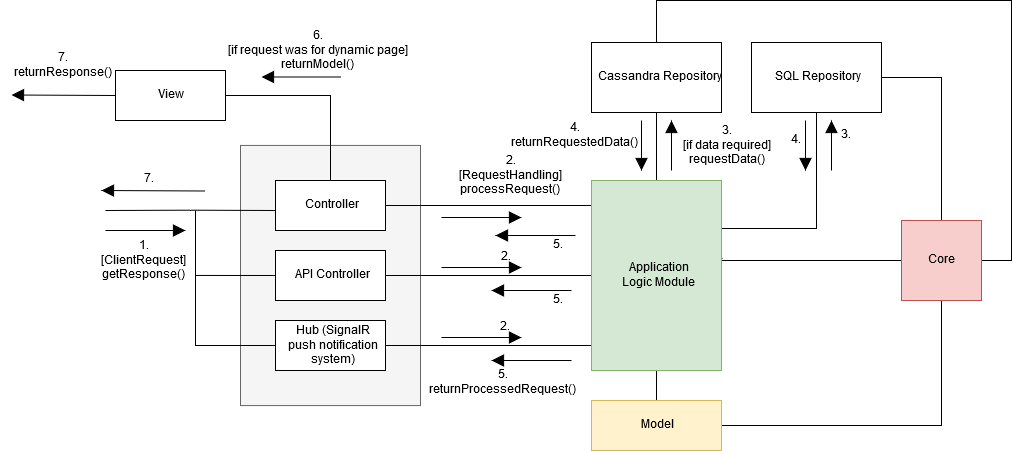
This is docs/Diagrams/Server communication diagram.png from myNameIsAndrew00/Persistent-Scatterers-Tool, a draw.io export, as it was before one commit. Source tidied: cells renumbered, new cells last; positions are measured from the earlier drawing's top-left corner, leaving out a move shared by most shapes.
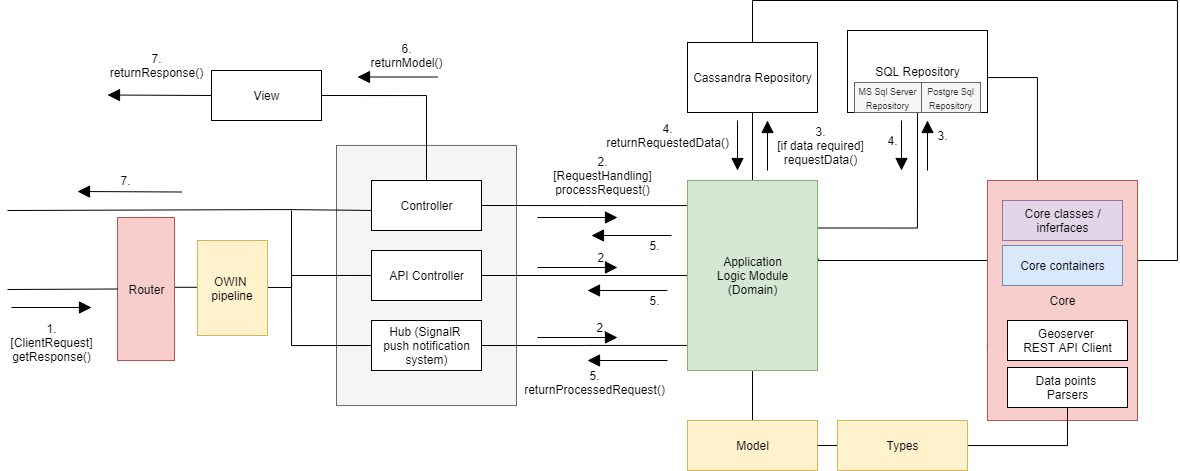
After the change.

The edit, as a diff of the source:
```diff
@@ -11,9 +11,10 @@
     <mxCell id="4" style="edgeStyle=orthogonalEdgeStyle;rounded=0;orthogonalLoop=1;jettySize=auto;html=1;exitX=0;exitY=0.5;exitDx=0;exitDy=0;endArrow=none;endFill=0;" parent="1" edge="1">
       <mxGeometry relative="1" as="geometry">
         <mxPoint x="270.1" y="210" as="sourcePoint" />
-        <mxPoint x="100" y="209.7" as="targetPoint" />
+        <mxPoint x="-94" y="210" as="targetPoint" />
         <Array as="points">
           <mxPoint x="185" y="209" />
+          <mxPoint x="185" y="210" />
         </Array>
       </mxGeometry>
     </mxCell>
@@ -60,15 +61,16 @@
     <mxCell id="15" style="edgeStyle=orthogonalEdgeStyle;rounded=0;jettySize=auto;html=1;exitX=1;exitY=0.25;exitDx=0;exitDy=0;entryX=0.5;entryY=1;entryDx=0;entryDy=0;endArrow=none;endFill=0;" parent="1" edge="1" source="16" target="20">
       <mxGeometry relative="1" as="geometry" />
     </mxCell>
-    <mxCell id="16" value="&lt;div&gt;Application&lt;/div&gt;&lt;div&gt;Logic Module&lt;br&gt;&lt;/div&gt;" style="html=1;fillColor=#d5e8d4;strokeColor=#82b366;" parent="1" vertex="1">
+    <mxCell id="16" value="&lt;div&gt;Application&lt;/div&gt;&lt;div&gt;Logic Module&lt;br&gt;&lt;/div&gt;&lt;div&gt;(Domain)&lt;/div&gt;" style="html=1;fillColor=#d5e8d4;strokeColor=#82b366;" parent="1" vertex="1">
       <mxGeometry x="586" y="180" width="130" height="190" as="geometry" />
     </mxCell>
-    <mxCell id="17" style="edgeStyle=orthogonalEdgeStyle;rounded=0;jettySize=auto;html=1;exitX=0.5;exitY=0;exitDx=0;exitDy=0;entryX=1;entryY=0.5;entryDx=0;entryDy=0;endArrow=none;endFill=0;" parent="1" edge="1" source="18" target="23">
+    <mxCell id="17" style="edgeStyle=orthogonalEdgeStyle;rounded=0;jettySize=auto;html=1;exitX=0.5;exitY=0;exitDx=0;exitDy=0;endArrow=none;endFill=0;" parent="1" edge="1" source="18">
       <mxGeometry relative="1" as="geometry">
+        <mxPoint x="1027" y="260" as="targetPoint" />
         <Array as="points">
           <mxPoint x="651" />
-          <mxPoint x="1006" />
-          <mxPoint x="1006" y="260" />
+          <mxPoint x="1076" />
+          <mxPoint x="1076" y="260" />
         </Array>
       </mxGeometry>
     </mxCell>
@@ -83,16 +85,13 @@
       </mxGeometry>
     </mxCell>
     <mxCell id="20" value="SQL Repository" style="html=1;" parent="1" vertex="1">
-      <mxGeometry x="746" y="42" width="130" height="70" as="geometry" />
+      <mxGeometry x="746" y="30" width="140" height="82" as="geometry" />
     </mxCell>
-    <mxCell id="21" style="edgeStyle=orthogonalEdgeStyle;rounded=0;jettySize=auto;html=1;exitX=1;exitY=0.5;exitDx=0;exitDy=0;entryX=0.5;entryY=1;entryDx=0;entryDy=0;endArrow=none;endFill=0;" parent="1" edge="1" source="22" target="23">
-      <mxGeometry relative="1" as="geometry" />
-    </mxCell>
     <mxCell id="22" value="Model" style="html=1;fillColor=#fff2cc;strokeColor=#d6b656;" parent="1" vertex="1">
-      <mxGeometry x="586" y="400" width="130" height="50" as="geometry" />
+      <mxGeometry x="586" y="420" width="130" height="50" as="geometry" />
     </mxCell>
     <mxCell id="23" value="Core" style="html=1;fillColor=#f8cecc;strokeColor=#b85450;" parent="1" vertex="1">
-      <mxGeometry x="896" y="220" width="80" height="80" as="geometry" />
+      <mxGeometry x="886" y="180" width="150" height="240" as="geometry" />
     </mxCell>
     <mxCell id="24" style="edgeStyle=orthogonalEdgeStyle;rounded=0;jettySize=auto;html=1;exitX=1;exitY=0.5;exitDx=0;exitDy=0;entryX=0.5;entryY=0;entryDx=0;entryDy=0;endArrow=none;endFill=0;" parent="1" edge="1" source="25" target="5">
       <mxGeometry relative="1" as="geometry" />
@@ -102,12 +101,12 @@
     </mxCell>
     <mxCell id="26" style="endArrow=block;endFill=1;endSize=10;html=1;" parent="1" edge="1">
       <mxGeometry relative="1" as="geometry">
-        <mxPoint x="100" y="230" as="sourcePoint" />
-        <mxPoint x="180" y="230" as="targetPoint" />
+        <mxPoint x="-90" y="307" as="sourcePoint" />
+        <mxPoint x="-10" y="307" as="targetPoint" />
       </mxGeometry>
     </mxCell>
     <mxCell id="27" value="1.&lt;div&gt;[ClientRequest]&lt;/div&gt;&lt;div&gt;getResponse()&lt;br&gt;&lt;/div&gt;" style="text;html=1;align=center;verticalAlign=middle;" parent="1" vertex="1">
-      <mxGeometry x="86" y="235" width="100" height="50" as="geometry" />
+      <mxGeometry x="-100" y="317" width="100" height="50" as="geometry" />
     </mxCell>
     <mxCell id="28" style="endArrow=block;endFill=1;endSize=10;html=1;" parent="1" edge="1">
       <mxGeometry relative="1" as="geometry">
@@ -205,8 +204,8 @@
         <mxPoint x="256" y="76.5" as="targetPoint" />
       </mxGeometry>
     </mxCell>
-    <mxCell id="49" value="&lt;div&gt;6.&lt;/div&gt;&lt;div&gt;[if request was for dynamic page]&lt;br&gt;&lt;/div&gt;&lt;div&gt;returnModel()&lt;br&gt;&lt;/div&gt;" style="text;html=1;align=center;verticalAlign=middle;" parent="1" vertex="1">
-      <mxGeometry x="214" y="25" width="190" height="50" as="geometry" />
+    <mxCell id="49" value="&lt;div&gt;6.&lt;/div&gt;&lt;div&gt;returnModel()&lt;br&gt;&lt;/div&gt;" style="text;html=1;align=center;verticalAlign=middle;" parent="1" vertex="1">
+      <mxGeometry x="265" y="40" width="80" height="30" as="geometry" />
     </mxCell>
     <mxCell id="50" style="endArrow=block;endFill=1;endSize=10;html=1;exitX=0;exitY=0.5;exitDx=0;exitDy=0;" parent="1" edge="1" source="25">
       <mxGeometry relative="1" as="geometry">
@@ -218,12 +217,56 @@
     </mxCell>
     <mxCell id="52" style="endArrow=block;endFill=1;endSize=10;html=1;exitX=0;exitY=0.5;exitDx=0;exitDy=0;" parent="1" edge="1">
       <mxGeometry relative="1" as="geometry">
-        <mxPoint x="200" y="190.5" as="sourcePoint" />
-        <mxPoint x="96" y="190" as="targetPoint" />
+        <mxPoint x="80" y="191.5" as="sourcePoint" />
+        <mxPoint x="-24" y="191" as="targetPoint" />
       </mxGeometry>
     </mxCell>
     <mxCell id="53" value="7." style="text;html=1;align=center;verticalAlign=middle;" parent="1" vertex="1">
-      <mxGeometry x="129" y="169" width="30" height="20" as="geometry" />
+      <mxGeometry x="9" y="170" width="30" height="20" as="geometry" />
     </mxCell>
+    <mxCell id="54" value="&lt;font style=&quot;font-size: 9px&quot;&gt;MS Sql Server Repository&lt;/font&gt;" style="rounded=0;whiteSpace=wrap;html=1;fillColor=#f5f5f5;strokeColor=#666666;fontColor=#333333;" parent="1" vertex="1">
+      <mxGeometry x="753" y="82" width="67" height="30" as="geometry" />
+    </mxCell>
+    <mxCell id="55" value="&lt;font style=&quot;font-size: 9px&quot;&gt;Postgre Sql Repository&lt;/font&gt;" style="rounded=0;whiteSpace=wrap;html=1;fillColor=#f5f5f5;strokeColor=#666666;fontColor=#333333;" parent="1" vertex="1">
+      <mxGeometry x="820" y="82" width="59" height="30" as="geometry" />
+    </mxCell>
+    <mxCell id="56" value="Geoserver &lt;br&gt;REST API Client" style="html=1;" parent="1" vertex="1">
+      <mxGeometry x="906" y="320" width="120" height="40" as="geometry" />
+    </mxCell>
+    <mxCell id="57" value="Data points &lt;br&gt;Parsers" style="html=1;" parent="1" vertex="1">
+      <mxGeometry x="906" y="367" width="120" height="40" as="geometry" />
+    </mxCell>
+    <mxCell id="58" style="edgeStyle=orthogonalEdgeStyle;rounded=0;jettySize=auto;html=1;exitX=1;exitY=0.5;exitDx=0;exitDy=0;entryX=0.5;entryY=1;entryDx=0;entryDy=0;endArrow=none;endFill=0;" parent="1" edge="1" source="22" target="57">
+      <mxGeometry relative="1" as="geometry" />
+    </mxCell>
+    <mxCell id="59" value="Types" style="html=1;fillColor=#fff2cc;strokeColor=#d6b656;" parent="1" vertex="1">
+      <mxGeometry x="736" y="420" width="130" height="50" as="geometry" />
+    </mxCell>
+    <mxCell id="60" value="Core classes /&lt;br&gt;inferfaces" style="html=1;fillColor=#e1d5e7;strokeColor=#9673a6;" parent="1" vertex="1">
+      <mxGeometry x="901" y="200" width="120" height="40" as="geometry" />
+    </mxCell>
+    <mxCell id="61" value="Core containers" style="html=1;fillColor=#dae8fc;strokeColor=#6c8ebf;" parent="1" vertex="1">
+      <mxGeometry x="901" y="245" width="120" height="40" as="geometry" />
+    </mxCell>
+    <mxCell id="62" style="edgeStyle=orthogonalEdgeStyle;rounded=0;jettySize=auto;html=1;exitX=1.001;exitY=0.488;exitDx=0;exitDy=0;endArrow=none;endFill=0;exitPerimeter=0;" parent="1" edge="1" source="63">
+      <mxGeometry relative="1" as="geometry">
+        <mxPoint x="190" y="280" as="targetPoint" />
+        <Array as="points">
+          <mxPoint x="147" y="287" />
+          <mxPoint x="190" y="287" />
+        </Array>
+      </mxGeometry>
+    </mxCell>
+    <mxCell id="63" value="Router" style="html=1;fillColor=#f8cecc;strokeColor=#b85450;" parent="1" vertex="1">
+      <mxGeometry x="16" y="217" width="57" height="143" as="geometry" />
+    </mxCell>
+    <mxCell id="64" style="endArrow=none;html=1;entryX=0;entryY=0.5;entryDx=0;entryDy=0;" parent="1" edge="1" target="63">
+      <mxGeometry relative="1" as="geometry">
+        <mxPoint x="-94" y="289" as="sourcePoint" />
+      </mxGeometry>
+    </mxCell>
+    <mxCell id="65" value="OWIN&amp;nbsp;&lt;br&gt;pipeline" style="rounded=0;whiteSpace=wrap;html=1;fillColor=#fff2cc;strokeColor=#d6b656;" parent="1" vertex="1">
+      <mxGeometry x="96" y="240" width="70" height="95" as="geometry" />
+    </mxCell>
   </root>
 </mxGraphModel>
```
